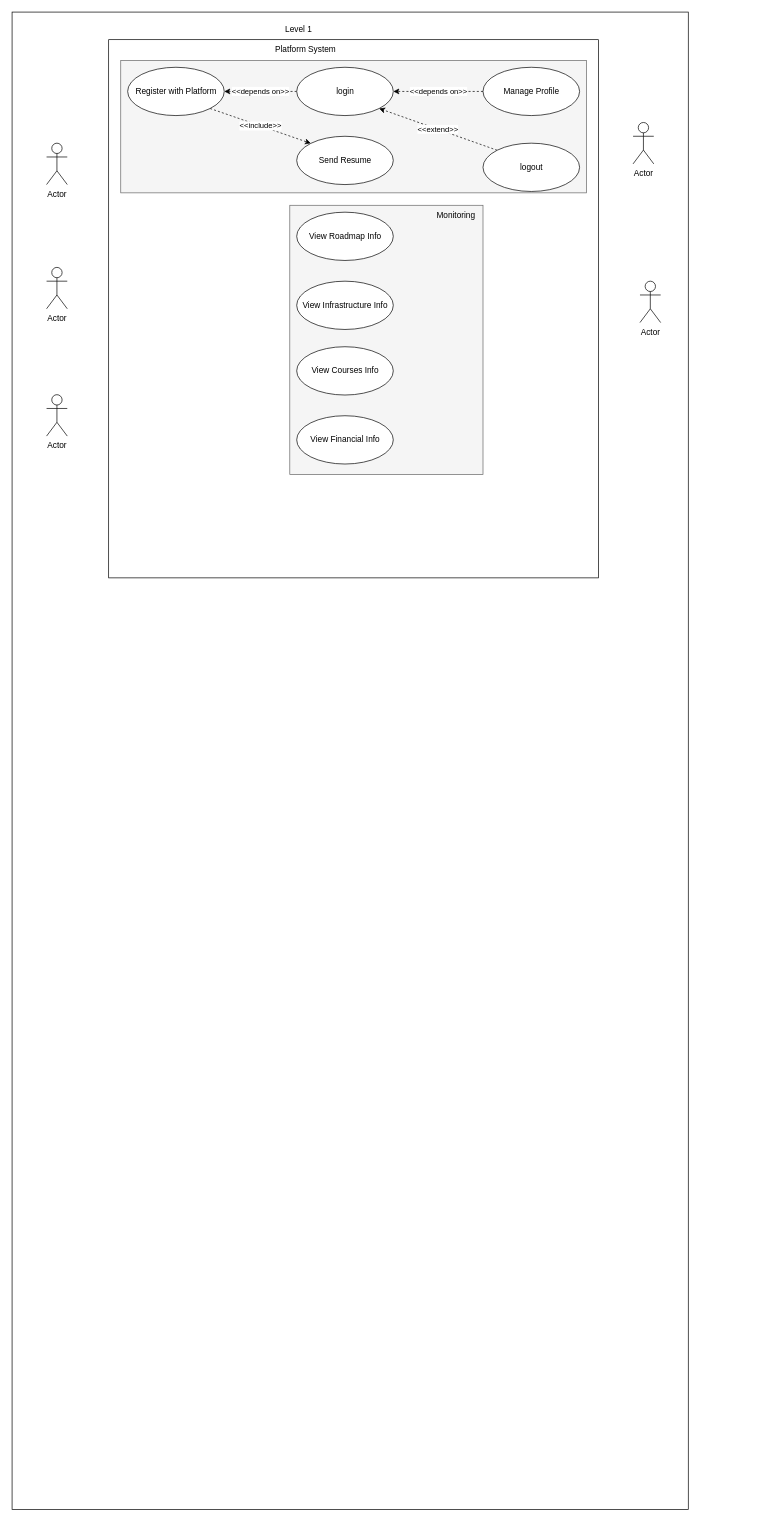
Before: test.drawio in YAMANX8/UML, a draw.io diagram. Source tidied: cells renumbered, new cells numbered last; positions are measured from the earlier drawing's top-left corner, leaving out a move shared by most shapes. Both pictures are drawn from the tidied source at 69%, with x=0, y=0 at pixel (12, 12).
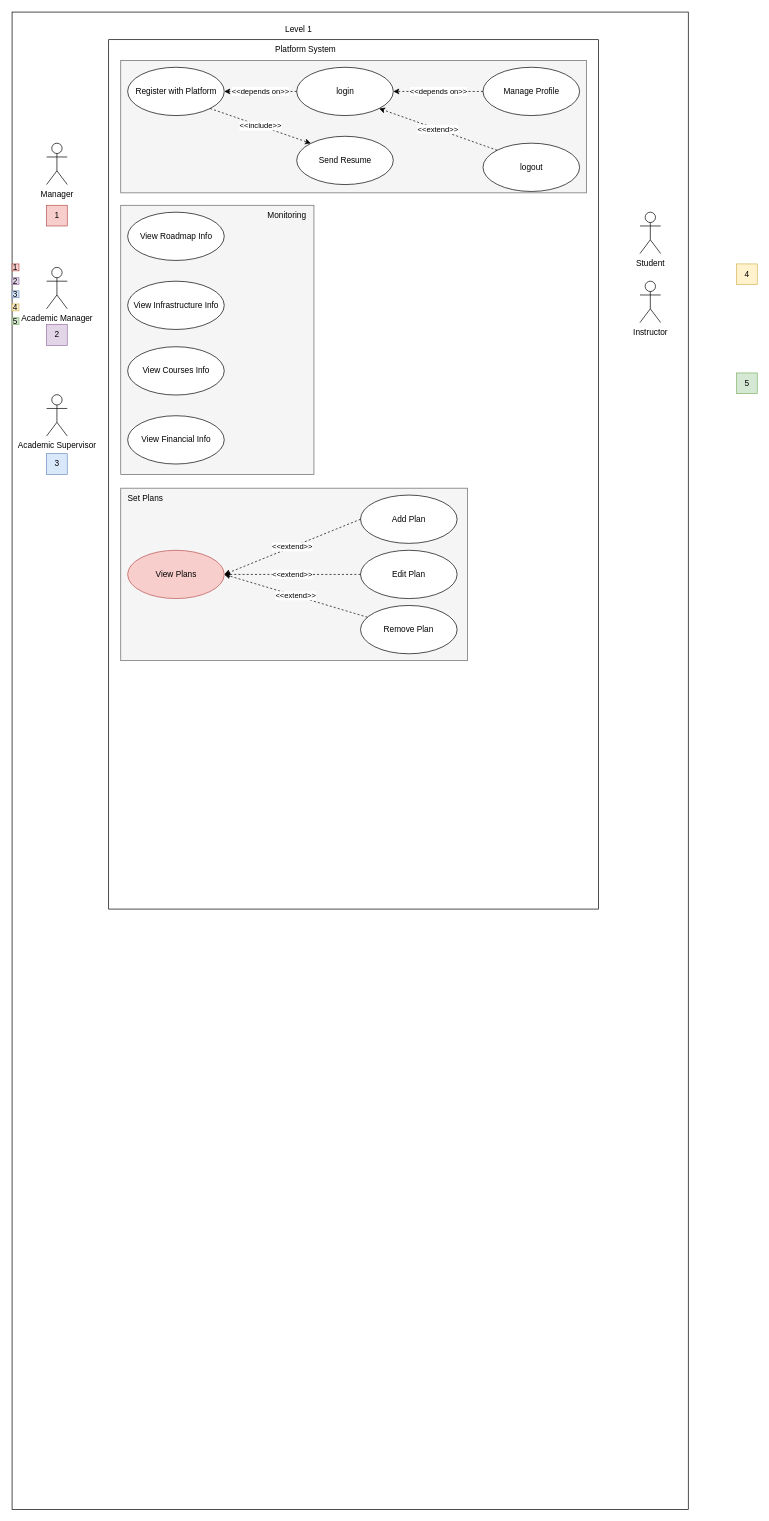
The same page after the edit.

Diff of the diagram source:
```diff
@@
     <mxCell id="3" style="rounded=0;whiteSpace=wrap;html=1;" parent="1" vertex="1">
-      <mxGeometry x="140" y="40" width="710" height="780" as="geometry" />
+      <mxGeometry x="140" y="40" width="710" height="1260" as="geometry" />
     </mxCell>
-    <mxCell id="4" value="Actor" style="shape=umlActor;verticalLabelPosition=bottom;verticalAlign=top;html=1;" parent="1" vertex="1">
+    <mxCell id="4" value="Manager" style="shape=umlActor;verticalLabelPosition=bottom;verticalAlign=top;html=1;" parent="1" vertex="1">
       <mxGeometry x="50" y="190" width="30" height="60" as="geometry" />
     </mxCell>
-    <mxCell id="5" value="Actor" style="shape=umlActor;verticalLabelPosition=bottom;verticalAlign=top;html=1;" parent="1" vertex="1">
+    <mxCell id="5" value="Academic Manager" style="shape=umlActor;verticalLabelPosition=bottom;verticalAlign=top;html=1;" parent="1" vertex="1">
       <mxGeometry x="50" y="370" width="30" height="60" as="geometry" />
     </mxCell>
-    <mxCell id="6" value="Actor" style="shape=umlActor;verticalLabelPosition=bottom;verticalAlign=top;html=1;" parent="1" vertex="1">
+    <mxCell id="6" value="Academic Supervisor" style="shape=umlActor;verticalLabelPosition=bottom;verticalAlign=top;html=1;" parent="1" vertex="1">
       <mxGeometry x="50" y="554.5" width="30" height="60" as="geometry" />
     </mxCell>
@@
-    <mxCell id="9" style="rounded=0;whiteSpace=wrap;html=1;fillColor=#f5f5f5;strokeColor=#666666;fontColor=#333333;" parent="1" vertex="1">
-      <mxGeometry x="157.5" y="70" width="675" height="192" as="geometry" />
-    </mxCell>
-    <mxCell id="10" value="&amp;lt;&amp;lt;depends on&amp;gt;&amp;gt;" style="rounded=0;jettySize=auto;html=1;exitX=0;exitY=0.5;exitDx=0;exitDy=0;dashed=1;" parent="1" edge="1" source="11" target="15">
-      <mxGeometry relative="1" as="geometry" />
-    </mxCell>
-    <mxCell id="11" value="login" style="ellipse;whiteSpace=wrap;html=1;" parent="1" vertex="1">
-      <mxGeometry x="412.5" y="80" width="140" height="70" as="geometry" />
-    </mxCell>
-    <mxCell id="12" value="&amp;lt;&amp;lt;depends on&amp;gt;&amp;gt;" style="edgeStyle=orthogonalEdgeStyle;rounded=0;jettySize=auto;html=1;dashed=1;" parent="1" edge="1" source="13" target="11">
-      <mxGeometry relative="1" as="geometry" />
-    </mxCell>
-    <mxCell id="13" value="Manage Profile" style="ellipse;whiteSpace=wrap;html=1;" parent="1" vertex="1">
-      <mxGeometry x="682.5" y="80" width="140" height="70" as="geometry" />
-    </mxCell>
-    <mxCell id="14" value="&amp;lt;&amp;lt;include&amp;gt;&amp;gt;" style="rounded=0;jettySize=auto;html=1;exitX=1;exitY=1;exitDx=0;exitDy=0;entryX=0;entryY=0;entryDx=0;entryDy=0;dashed=1;" parent="1" edge="1" source="15" target="16">
-      <mxGeometry relative="1" as="geometry" />
-    </mxCell>
-    <mxCell id="15" value="Register with Platform" style="ellipse;whiteSpace=wrap;html=1;" parent="1" vertex="1">
-      <mxGeometry x="167.5" y="80" width="140" height="70" as="geometry" />
-    </mxCell>
-    <mxCell id="16" value="&lt;span&gt;&lt;span&gt;Send Resume&lt;/span&gt;&lt;/span&gt;" style="ellipse;whiteSpace=wrap;html=1;" parent="1" vertex="1">
-      <mxGeometry x="412.5" y="180" width="140" height="70" as="geometry" />
-    </mxCell>
-    <mxCell id="17" value="&amp;lt;&amp;lt;extend&amp;gt;&amp;gt;" style="rounded=0;jettySize=auto;html=1;exitX=0;exitY=0;exitDx=0;exitDy=0;entryX=1;entryY=1;entryDx=0;entryDy=0;dashed=1;" parent="1" edge="1" source="18" target="11">
-      <mxGeometry relative="1" as="geometry" />
-    </mxCell>
-    <mxCell id="18" value="logout" style="ellipse;whiteSpace=wrap;html=1;" parent="1" vertex="1">
-      <mxGeometry x="682.5" y="190" width="140" height="70" as="geometry" />
-    </mxCell>
-    <mxCell id="19" value="Actor" style="shape=umlActor;verticalLabelPosition=bottom;verticalAlign=top;html=1;" parent="1" vertex="1">
-      <mxGeometry x="900" y="160" width="30" height="60" as="geometry" />
+    <mxCell id="19" value="Student" style="shape=umlActor;verticalLabelPosition=bottom;verticalAlign=top;html=1;" parent="1" vertex="1">
+      <mxGeometry x="910" y="290" width="30" height="60" as="geometry" />
     </mxCell>
-    <mxCell id="20" value="Actor" style="shape=umlActor;verticalLabelPosition=bottom;verticalAlign=top;html=1;" parent="1" vertex="1">
+    <mxCell id="20" value="Instructor" style="shape=umlActor;verticalLabelPosition=bottom;verticalAlign=top;html=1;" parent="1" vertex="1">
       <mxGeometry x="910" y="390" width="30" height="60" as="geometry" />
     </mxCell>
+    <mxCell id="27" style="group;" parent="1" vertex="1">
+      <mxGeometry x="157.5" y="280" width="280" height="390" as="geometry" />
+    </mxCell>
-    <mxCell id="21" style="rounded=0;whiteSpace=wrap;html=1;fillColor=#f5f5f5;fontColor=#333333;strokeColor=#666666;" parent="1" vertex="1">
-      <mxGeometry x="402.5" y="280" width="280" height="390" as="geometry" />
+    <mxCell id="21" style="rounded=0;whiteSpace=wrap;html=1;fillColor=#f5f5f5;fontColor=#333333;strokeColor=#666666;" parent="27" vertex="1">
+      <mxGeometry width="280" height="390" as="geometry" />
     </mxCell>
-    <mxCell id="22" value="View Infrastructure Info" style="ellipse;whiteSpace=wrap;html=1;" parent="1" vertex="1">
-      <mxGeometry x="412.5" y="390" width="140" height="70" as="geometry" />
+    <mxCell id="22" value="View Infrastructure Info" style="ellipse;whiteSpace=wrap;html=1;" parent="27" vertex="1">
+      <mxGeometry x="10" y="110" width="140" height="70" as="geometry" />
     </mxCell>
-    <mxCell id="23" value="View Roadmap Info" style="ellipse;whiteSpace=wrap;html=1;" parent="1" vertex="1">
-      <mxGeometry x="412.5" y="290" width="140" height="70" as="geometry" />
+    <mxCell id="23" value="View Roadmap Info" style="ellipse;whiteSpace=wrap;html=1;" parent="27" vertex="1">
+      <mxGeometry x="10" y="10" width="140" height="70" as="geometry" />
     </mxCell>
-    <mxCell id="24" value="View Courses Info" style="ellipse;whiteSpace=wrap;html=1;" parent="1" vertex="1">
-      <mxGeometry x="412.5" y="485" width="140" height="70" as="geometry" />
+    <mxCell id="24" value="View Courses Info" style="ellipse;whiteSpace=wrap;html=1;" parent="27" vertex="1">
+      <mxGeometry x="10" y="205" width="140" height="70" as="geometry" />
     </mxCell>
-    <mxCell id="25" value="View Financial Info" style="ellipse;whiteSpace=wrap;html=1;" parent="1" vertex="1">
-      <mxGeometry x="412.5" y="585" width="140" height="70" as="geometry" />
+    <mxCell id="25" value="View Financial Info" style="ellipse;whiteSpace=wrap;html=1;" parent="27" vertex="1">
+      <mxGeometry x="10" y="305" width="140" height="70" as="geometry" />
     </mxCell>
-    <mxCell id="26" value="Monitoring" style="text;html=1;align=center;verticalAlign=middle;strokeColor=none;fillColor=none;" parent="1" vertex="1">
-      <mxGeometry x="602.5" y="280" width="80" height="30" as="geometry" />
+    <mxCell id="26" value="Monitoring" style="text;html=1;align=center;verticalAlign=middle;strokeColor=none;fillColor=none;" parent="27" vertex="1">
+      <mxGeometry x="200" width="80" height="30" as="geometry" />
     </mxCell>
+    <mxCell id="28" style="group;" parent="1" vertex="1">
+      <mxGeometry x="157.5" y="70" width="675" height="192" as="geometry" />
+    </mxCell>
+    <mxCell id="9" style="rounded=0;whiteSpace=wrap;html=1;fillColor=#f5f5f5;strokeColor=#666666;fontColor=#333333;" parent="28" vertex="1">
+      <mxGeometry width="675" height="192" as="geometry" />
+    </mxCell>
+    <mxCell id="11" value="login" style="ellipse;whiteSpace=wrap;html=1;" parent="28" vertex="1">
+      <mxGeometry x="255" y="10" width="140" height="70" as="geometry" />
+    </mxCell>
+    <mxCell id="13" value="Manage Profile" style="ellipse;whiteSpace=wrap;html=1;" parent="28" vertex="1">
+      <mxGeometry x="525" y="10" width="140" height="70" as="geometry" />
+    </mxCell>
+    <mxCell id="15" value="Register with Platform" style="ellipse;whiteSpace=wrap;html=1;" parent="28" vertex="1">
+      <mxGeometry x="10" y="10" width="140" height="70" as="geometry" />
+    </mxCell>
+    <mxCell id="16" value="&lt;span&gt;&lt;span&gt;Send Resume&lt;/span&gt;&lt;/span&gt;" style="ellipse;whiteSpace=wrap;html=1;" parent="28" vertex="1">
+      <mxGeometry x="255" y="110" width="140" height="70" as="geometry" />
+    </mxCell>
+    <mxCell id="18" value="logout" style="ellipse;whiteSpace=wrap;html=1;" parent="28" vertex="1">
+      <mxGeometry x="525" y="120" width="140" height="70" as="geometry" />
+    </mxCell>
+    <mxCell id="12" value="&amp;lt;&amp;lt;depends on&amp;gt;&amp;gt;" style="edgeStyle=orthogonalEdgeStyle;rounded=0;jettySize=auto;html=1;dashed=1;" parent="28" edge="1" source="13" target="11">
+      <mxGeometry relative="1" as="geometry" />
+    </mxCell>
+    <mxCell id="10" value="&amp;lt;&amp;lt;depends on&amp;gt;&amp;gt;" style="rounded=0;jettySize=auto;html=1;exitX=0;exitY=0.5;exitDx=0;exitDy=0;dashed=1;" parent="28" edge="1" source="11" target="15">
+      <mxGeometry relative="1" as="geometry" />
+    </mxCell>
+    <mxCell id="14" value="&amp;lt;&amp;lt;include&amp;gt;&amp;gt;" style="rounded=0;jettySize=auto;html=1;exitX=1;exitY=1;exitDx=0;exitDy=0;entryX=0;entryY=0;entryDx=0;entryDy=0;dashed=1;" parent="28" edge="1" source="15" target="16">
+      <mxGeometry relative="1" as="geometry" />
+    </mxCell>
+    <mxCell id="17" value="&amp;lt;&amp;lt;extend&amp;gt;&amp;gt;" style="rounded=0;jettySize=auto;html=1;exitX=0;exitY=0;exitDx=0;exitDy=0;entryX=1;entryY=1;entryDx=0;entryDy=0;dashed=1;" parent="28" edge="1" source="18" target="11">
+      <mxGeometry relative="1" as="geometry" />
+    </mxCell>
+    <mxCell id="29" value="1" style="text;html=1;align=center;verticalAlign=middle;strokeColor=#b85450;fillColor=#f8cecc;" parent="1" vertex="1">
+      <mxGeometry x="50" y="280" width="30" height="30" as="geometry" />
+    </mxCell>
+    <mxCell id="30" value="2" style="text;html=1;align=center;verticalAlign=middle;strokeColor=#9673a6;fillColor=#e1d5e7;" parent="1" vertex="1">
+      <mxGeometry x="50" y="453" width="30" height="30" as="geometry" />
+    </mxCell>
+    <mxCell id="31" value="3" style="text;html=1;align=center;verticalAlign=middle;strokeColor=#6c8ebf;fillColor=#dae8fc;" parent="1" vertex="1">
+      <mxGeometry x="50" y="640" width="30" height="30" as="geometry" />
+    </mxCell>
+    <mxCell id="32" value="4" style="text;html=1;align=center;verticalAlign=middle;strokeColor=#d6b656;fillColor=#fff2cc;" parent="1" vertex="1">
+      <mxGeometry x="1050" y="365" width="30" height="30" as="geometry" />
+    </mxCell>
+    <mxCell id="33" value="5" style="text;html=1;align=center;verticalAlign=middle;strokeColor=#82b366;fillColor=#d5e8d4;" parent="1" vertex="1">
+      <mxGeometry x="1050" y="523" width="30" height="30" as="geometry" />
+    </mxCell>
+    <mxCell id="34" value="1" style="whiteSpace=wrap;html=1;fillColor=#f8cecc;strokeColor=#b85450;" parent="1" vertex="1">
+      <mxGeometry y="365" width="10" height="10" as="geometry" />
+    </mxCell>
+    <mxCell id="35" value="2" style="whiteSpace=wrap;html=1;fillColor=#e1d5e7;strokeColor=#9673a6;" parent="1" vertex="1">
+      <mxGeometry y="385" width="10" height="10" as="geometry" />
+    </mxCell>
+    <mxCell id="36" value="3" style="whiteSpace=wrap;html=1;fillColor=#dae8fc;strokeColor=#6c8ebf;" parent="1" vertex="1">
+      <mxGeometry y="404" width="10" height="10" as="geometry" />
+    </mxCell>
+    <mxCell id="37" value="4" style="whiteSpace=wrap;html=1;fillColor=#fff2cc;strokeColor=#d6b656;" parent="1" vertex="1">
+      <mxGeometry y="423" width="10" height="10" as="geometry" />
+    </mxCell>
+    <mxCell id="38" value="5" style="whiteSpace=wrap;html=1;fillColor=#d5e8d4;strokeColor=#82b366;" parent="1" vertex="1">
+      <mxGeometry y="443" width="10" height="10" as="geometry" />
+    </mxCell>
+    <mxCell id="39" style="group;" parent="1" vertex="1">
+      <mxGeometry x="157.5" y="690" width="502.5" height="250" as="geometry" />
+    </mxCell>
+    <mxCell id="40" style="rounded=0;whiteSpace=wrap;html=1;fillColor=#f5f5f5;strokeColor=#666666;fontColor=#333333;" parent="39" vertex="1">
+      <mxGeometry width="502.5" height="250" as="geometry" />
+    </mxCell>
+    <mxCell id="41" value="Add Plan" style="ellipse;whiteSpace=wrap;html=1;" parent="39" vertex="1">
+      <mxGeometry x="347.5" y="10" width="140" height="70" as="geometry" />
+    </mxCell>
+    <mxCell id="42" value="Edit Plan" style="ellipse;whiteSpace=wrap;html=1;" parent="39" vertex="1">
+      <mxGeometry x="347.5" y="90" width="140" height="70" as="geometry" />
+    </mxCell>
+    <mxCell id="43" value="Remove Plan" style="ellipse;whiteSpace=wrap;html=1;" parent="39" vertex="1">
+      <mxGeometry x="347.5" y="170" width="140" height="70" as="geometry" />
+    </mxCell>
+    <mxCell id="44" value="View Plans" style="ellipse;whiteSpace=wrap;html=1;fillColor=#f8cecc;strokeColor=#b85450;" parent="39" vertex="1">
+      <mxGeometry x="10" y="90" width="140" height="70" as="geometry" />
+    </mxCell>
+    <mxCell id="45" value="&amp;lt;&amp;lt;extend&amp;gt;&amp;gt;" style="rounded=0;jettySize=auto;html=1;exitX=0;exitY=0.5;exitDx=0;exitDy=0;entryX=1;entryY=0.5;entryDx=0;entryDy=0;dashed=1;" parent="39" edge="1" source="41" target="44">
+      <mxGeometry relative="1" as="geometry" />
+    </mxCell>
+    <mxCell id="46" value="&amp;lt;&amp;lt;extend&amp;gt;&amp;gt;" style="rounded=0;jettySize=auto;html=1;exitX=0;exitY=0.5;exitDx=0;exitDy=0;entryX=1;entryY=0.5;entryDx=0;entryDy=0;dashed=1;" parent="39" edge="1" source="42" target="44">
+      <mxGeometry relative="1" as="geometry" />
+    </mxCell>
+    <mxCell id="47" value="&amp;lt;&amp;lt;extend&amp;gt;&amp;gt;" style="rounded=0;jettySize=auto;html=1;entryX=1;entryY=0.5;entryDx=0;entryDy=0;dashed=1;" parent="39" edge="1" source="43" target="44">
+      <mxGeometry relative="1" as="geometry" />
+    </mxCell>
+    <mxCell id="48" value="Set Plans" style="text;html=1;align=center;verticalAlign=middle;strokeColor=none;fillColor=none;" parent="39" vertex="1">
+      <mxGeometry width="70" height="30" as="geometry" />
+    </mxCell>
```
